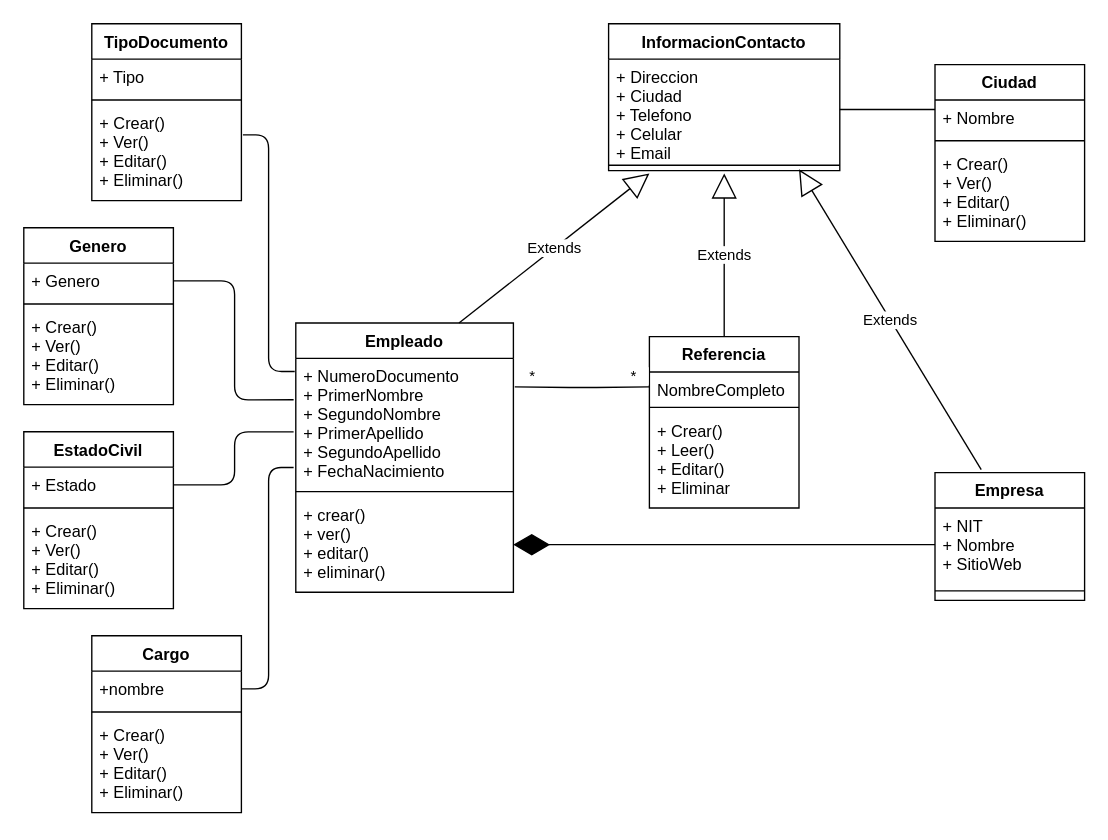
Before: DiagramaDeClases.drawio in shaten10/hdv, a draw.io diagram. Source tidied: cells renumbered, new cells numbered last; positions are measured from the earlier drawing's top-left corner, leaving out a move shared by most shapes. Both pictures are drawn from the tidied source at 136%, with x=0, y=0 at pixel (23, 23).
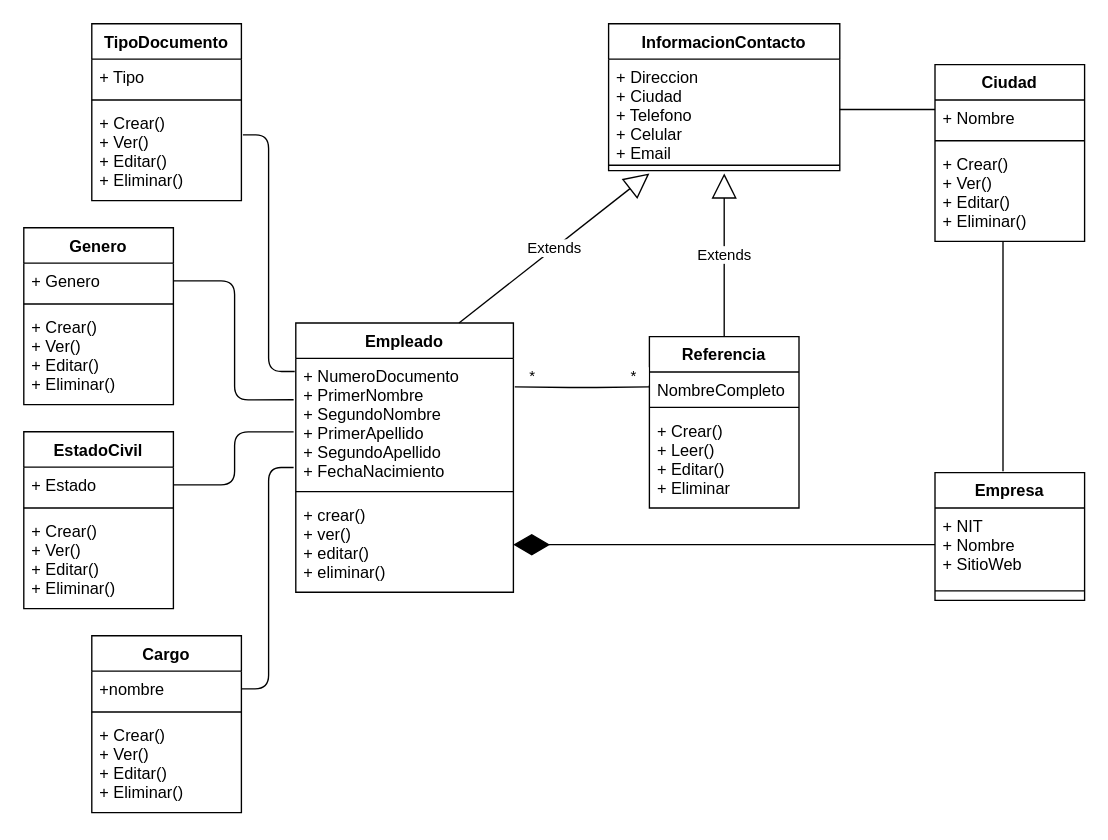
The same diagram, later.

Unchanged cells that the change refers to:
```xml
<mxCell id="6" value="Empresa" style="swimlane;fontStyle=1;align=center;verticalAlign=top;horizontal=1;startSize=26;" parent="1" vertex="1">
  <mxGeometry x="670" y="330" width="110" height="94" as="geometry" />
</mxCell>
```

The edit, as a diff of the source:
```diff
@@
-    <mxCell id="47" value="Extends" style="endArrow=block;endSize=16;endFill=0;html=1;exitX=0.309;exitY=-0.023;exitDx=0;exitDy=0;exitPerimeter=0;" parent="1" edge="1" source="6">
-      <mxGeometry relative="1" as="geometry">
-        <mxPoint x="570" y="107" as="targetPoint" />
-      </mxGeometry>
-    </mxCell>
+    <mxCell id="48" style="endArrow=none;html=1;edgeStyle=orthogonalEdgeStyle;" parent="1" edge="1">
+      <mxGeometry relative="1" as="geometry">
+        <mxPoint x="720" y="329" as="sourcePoint" />
+        <mxPoint x="720" y="160" as="targetPoint" />
+      </mxGeometry>
+    </mxCell>
```
